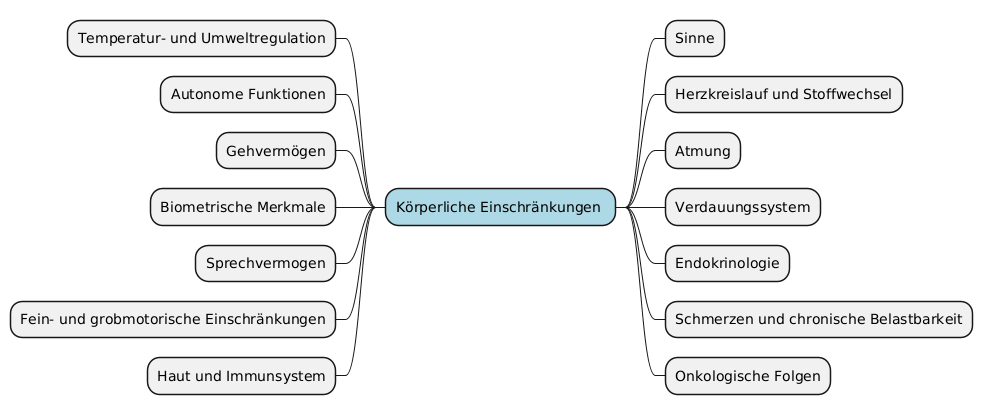
Earlier version of the PlantUML export mindmap/generated/mindmap-first-level-in-physical.png (marcgauch/Masterarbeit-Daten).
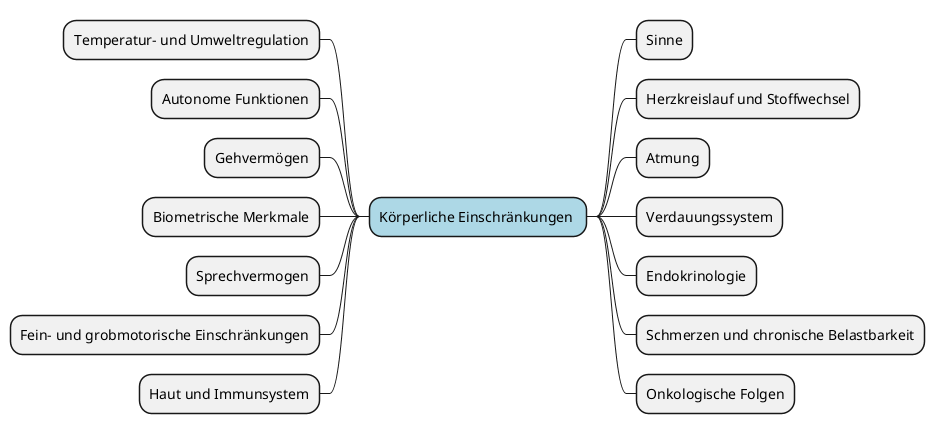
The same file after the commit.

What changed in the source:
```diff
@@ -4,37 +4,26 @@
 	.root {
 		BackgroundColor LightBlue
 	}
+  .orange {
+    BackgroundColor orange
+  }
 }
 </style>
 
 * Körperliche Einschränkungen <<root>>
 	* Sinne
-
 	* Herzkreislauf und Stoffwechsel
-
 	* Atmung
-
 	* Verdauungssystem
-
 	* Endokrinologie
-
 	* Schmerzen und chronische Belastbarkeit
-
 	* Onkologische Folgen
-
 left side
 	* Temperatur- und Umweltregulation
-
 	* Autonome Funktionen
-
 	* Gehvermögen
-
 	* Biometrische Merkmale
-
 	* Sprechvermogen
-
 	* Fein- und grobmotorische Einschränkungen
-
 	* Haut und Immunsystem
-
 @endmindmap
```
